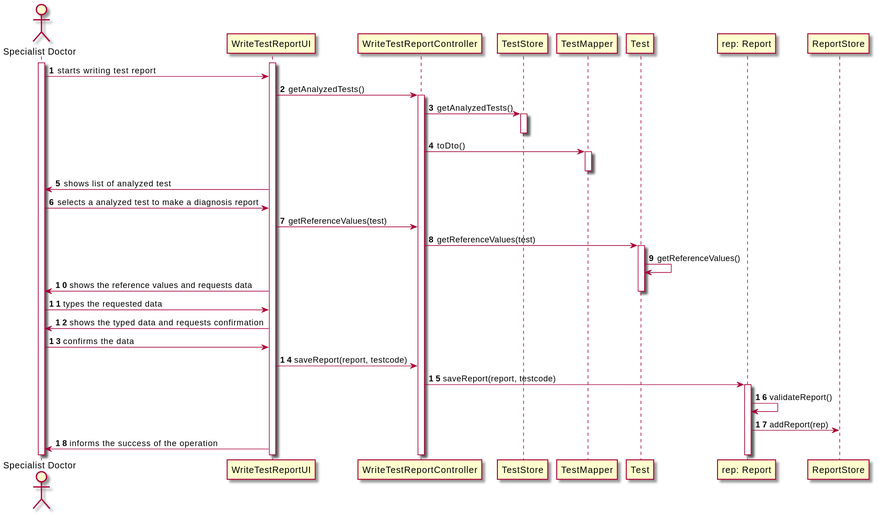
The PlantUML diagram docs/SprintC/US14/US14_SD.svg in 0franciscor/lei-21-s2-1de-g19, before a commit.
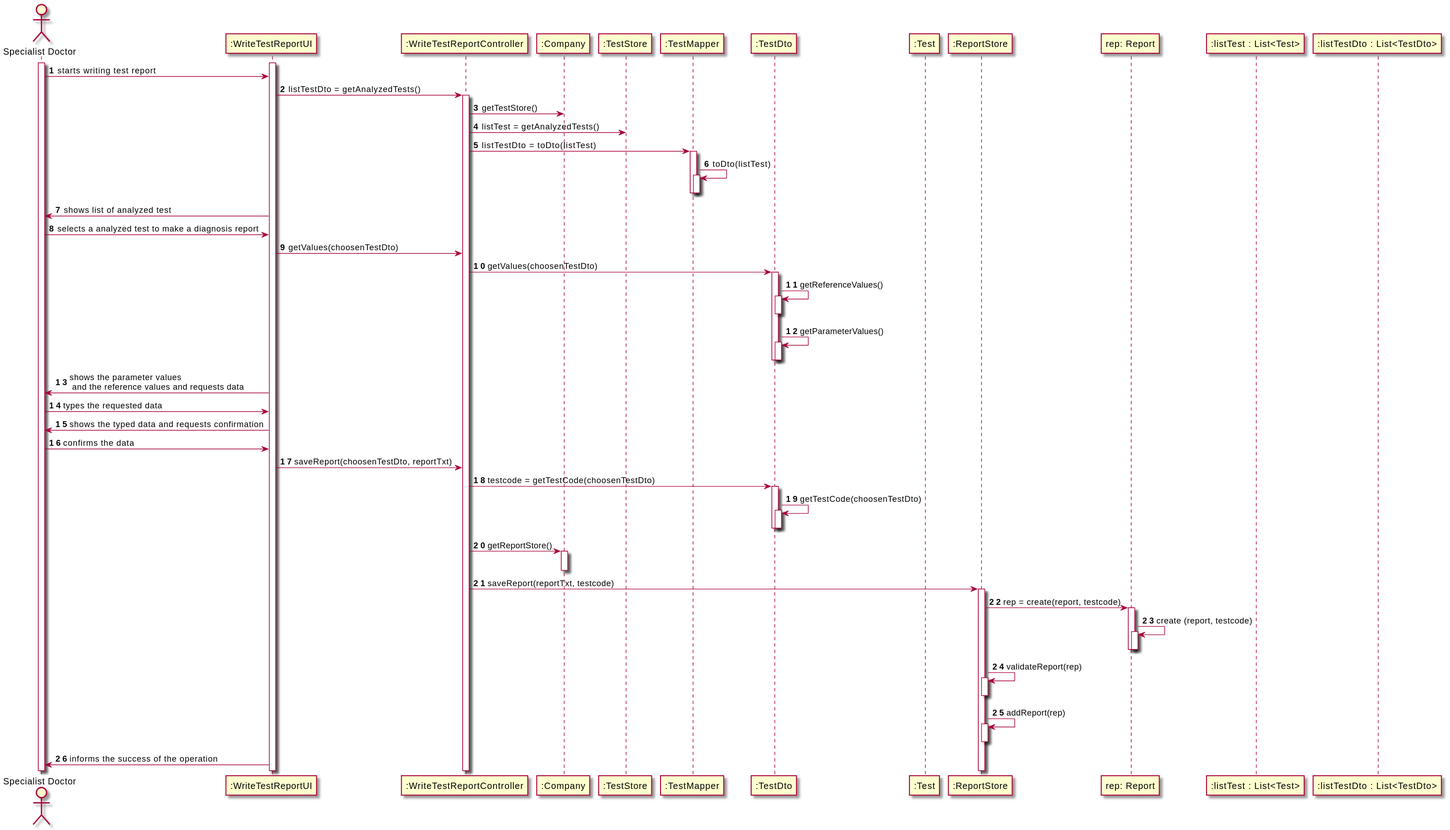
Later version of the same file.

Diff of the diagram source:
```diff
@@ -3,33 +3,57 @@
 autonumber
 actor "Specialist Doctor" as SD
 activate SD
-activate "WriteTestReportUI"
-SD -> "WriteTestReportUI" : starts writing test report
-"WriteTestReportUI" -> "WriteTestReportController" : getAnalyzedTests()
-activate "WriteTestReportController"
-"WriteTestReportController" -> "TestStore" : getAnalyzedTests()
-activate "TestStore"
-deactivate "TestStore"
-"WriteTestReportController" -> "TestMapper" : toDto()
-activate "TestMapper"
-deactivate "TestMapper"
-"WriteTestReportUI" -> SD : shows list of analyzed test
-SD -> "WriteTestReportUI" : selects a analyzed test to make a diagnosis report
-"WriteTestReportUI" -> "WriteTestReportController" : getReferenceValues(test)
-"WriteTestReportController" -> "Test" : getReferenceValues(test)
-activate "Test"
-"Test" -> "Test" : getReferenceValues()
-"WriteTestReportUI" -> SD : shows the reference values and requests data
-deactivate "Test"
-SD -> "WriteTestReportUI" : types the requested data
-"WriteTestReportUI" -> SD : shows the typed data and requests confirmation
-SD -> "WriteTestReportUI" :  confirms the data
-"WriteTestReportUI" -> "WriteTestReportController" : saveReport(report, testcode)
-"WriteTestReportController" -> "rep: Report" : saveReport(report, testcode)
+activate ":WriteTestReportUI"
+SD -> ":WriteTestReportUI" : starts writing test report
+":WriteTestReportUI" -> ":WriteTestReportController" : listTestDto = getAnalyzedTests()
+activate ":WriteTestReportController"
+":WriteTestReportController" -> ":Company" : getTestStore()
+":WriteTestReportController" -> ":TestStore" : listTest = getAnalyzedTests()
+":WriteTestReportController" -> ":TestMapper" : listTestDto = toDto(listTest)
+activate ":TestMapper"
+":TestMapper" -> ":TestMapper" ++ : toDto(listTest)
+deactivate ":TestMapper"
+
+deactivate ":TestMapper"
+":WriteTestReportUI" -> SD : shows list of analyzed test
+SD -> ":WriteTestReportUI" : selects a analyzed test to make a diagnosis report
+":WriteTestReportUI" -> ":WriteTestReportController" : getValues(choosenTestDto)
+":WriteTestReportController" -> ":TestDto" : getValues(choosenTestDto)
+activate ":TestDto"
+":TestDto" -> ":TestDto" ++ : getReferenceValues()
+deactivate ":TestDto"
+":TestDto" -> ":TestDto" ++ : getParameterValues()
+deactivate ":TestDto"
+deactivate ":TestDto"
+":WriteTestReportUI" -> SD : shows the parameter values \n and the reference values and requests data
+deactivate ":Test"
+SD -> ":WriteTestReportUI" : types the requested data
+":WriteTestReportUI" -> SD : shows the typed data and requests confirmation
+SD -> ":WriteTestReportUI" :  confirms the data
+
+":WriteTestReportUI" -> ":WriteTestReportController" : saveReport(choosenTestDto, reportTxt)
+":WriteTestReportController" -> ":TestDto" ++ : testcode = getTestCode(choosenTestDto)
+":TestDto" -> ":TestDto" : getTestCode(choosenTestDto)
+activate ":TestDto"
+deactivate ":TestDto"
+deactivate ":TestDto"
+
+":WriteTestReportController" -> ":Company" : getReportStore()
+activate ":Company"
+deactivate ":Company"
+":WriteTestReportController" -> ":ReportStore" : saveReport(reportTxt, testcode)
+
+activate ":ReportStore"
+":ReportStore" -> "rep: Report" : rep = create(report, testcode)
 activate "rep: Report"
-"rep: Report" -> "rep: Report" : validateReport()
-"rep: Report" -> "ReportStore" : addReport(rep)
-"WriteTestReportUI" -> SD : informs the success of the operation
-
-
+"rep: Report" -> "rep: Report" ++ : create (report, testcode)
+deactivate "rep: Report"
+deactivate "rep: Report"
+":ReportStore" -> ":ReportStore" ++ : validateReport(rep)
+deactivate
+":ReportStore" -> ":ReportStore" ++ : addReport(rep)
+deactivate ":ReportStore"
+":WriteTestReportUI" -> SD : informs the success of the operation
+participant ":listTest : List<Test>"
+participant ":listTestDto : List<TestDto>"
 @enduml
```
